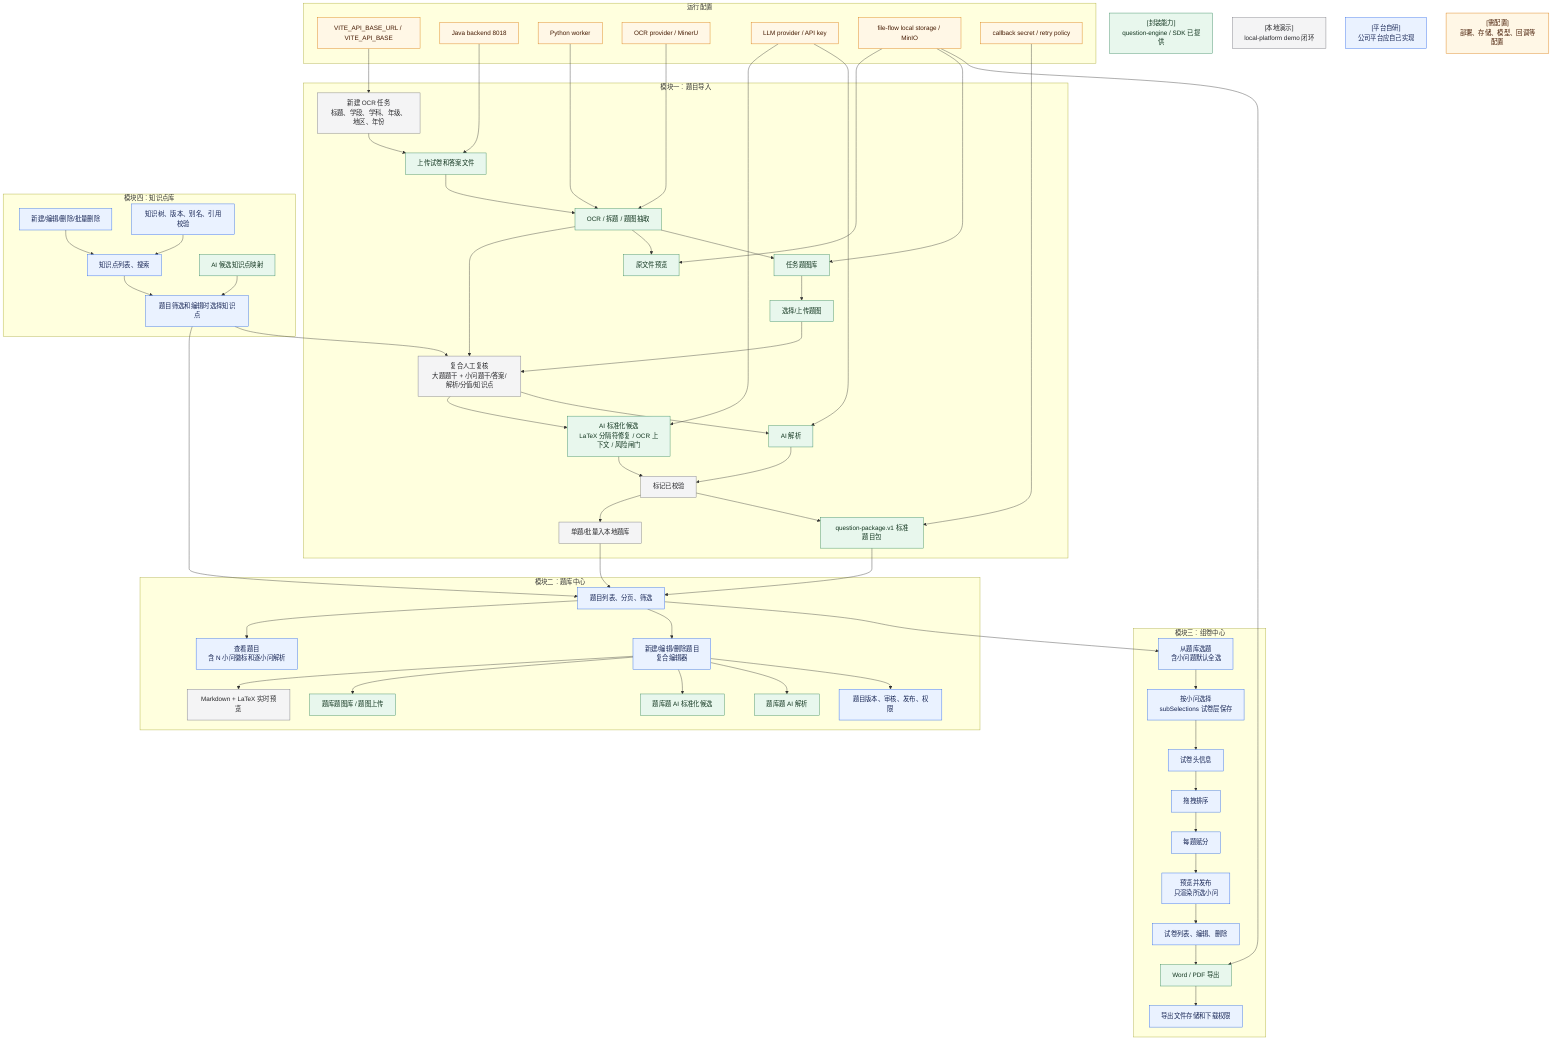
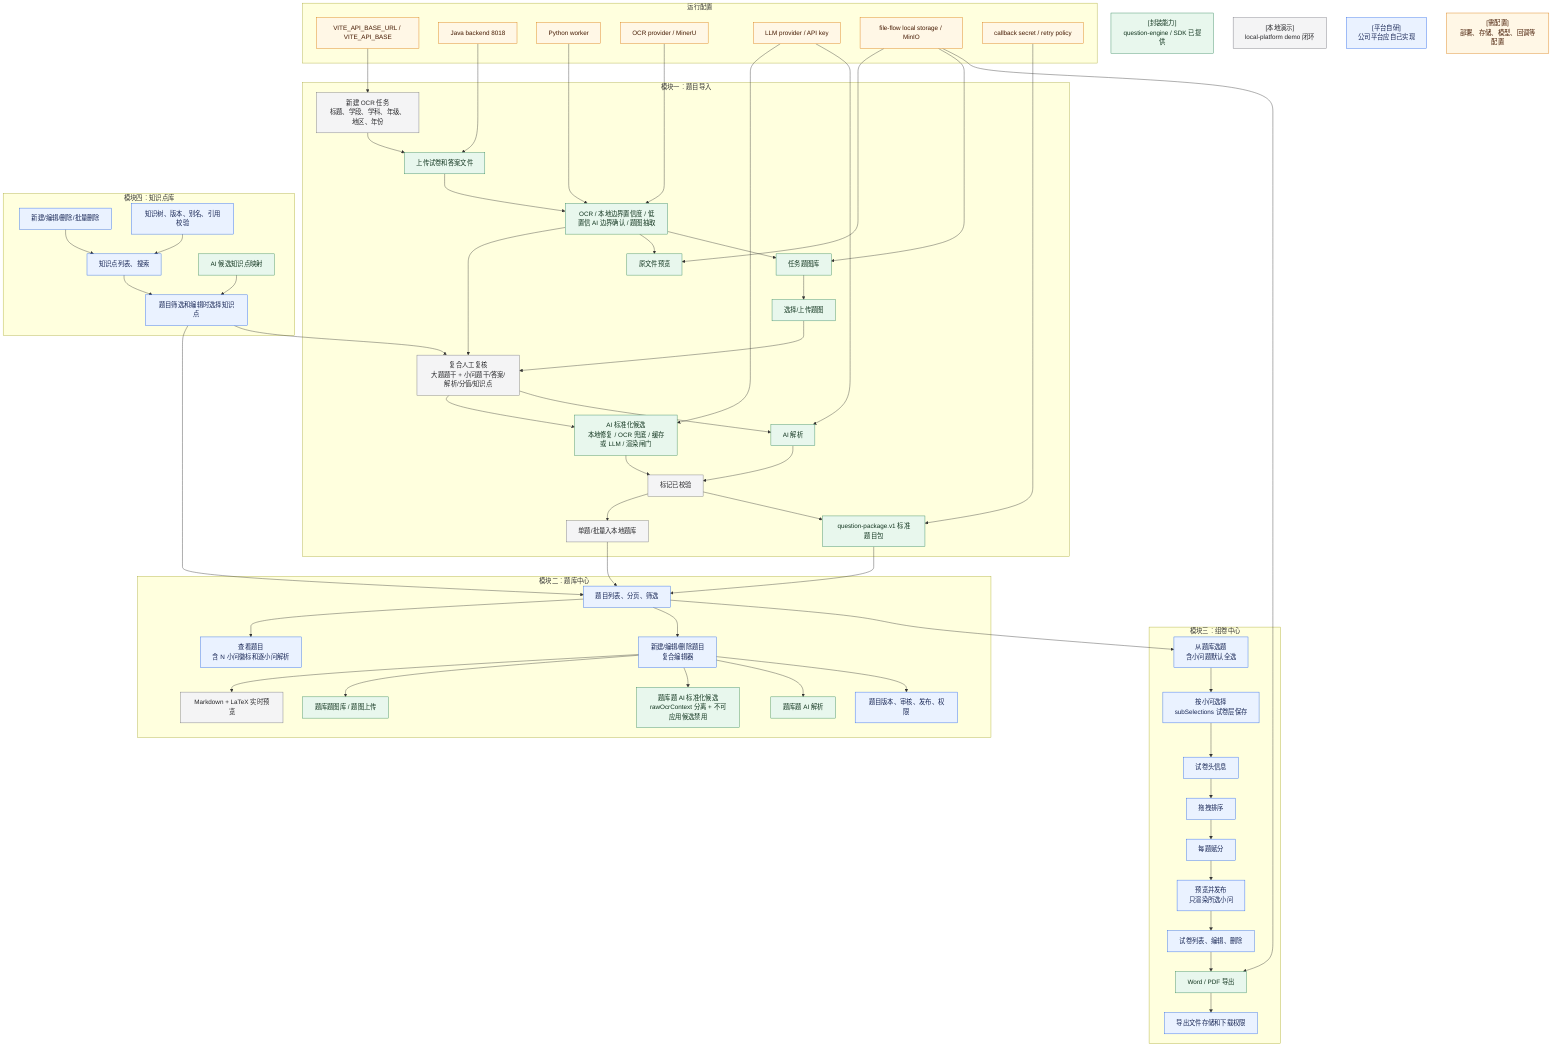
flowchart TD
  Legend1["[封装能力]<br/>question-engine / SDK 已提供"]:::packaged
  Legend2["[本地演示]<br/>local-platform demo 闭环"]:::demo
  Legend3["[平台自研]<br/>公司平台应自己实现"]:::platform
  Legend4["[需配置]<br/>部署、存储、模型、回调等配置"]:::config

  subgraph Config["运行配置"]
    C1["VITE_API_BASE_URL / VITE_API_BASE"]:::config
    C2["Java backend 8018"]:::config
    C3["Python worker"]:::config
    C4["OCR provider / MinerU"]:::config
    C5["LLM provider / API key"]:::config
    C6["file-flow local storage / MinIO"]:::config
    C7["callback secret / retry policy"]:::config
  end

  subgraph Import["模块一：题目导入"]
    I1["新建 OCR 任务<br/>标题、学段、学科、年级、地区、年份"]:::demo
    I2["上传试卷和答案文件"]:::packaged
-     I3["OCR / 拆题 / 题图抽取"]:::packaged
+     I3["OCR / 本地边界置信度 / 低置信 AI 边界确认 / 题图抽取"]:::packaged
    I4["原文件预览"]:::packaged
    I5["复合人工复核<br/>大题题干 + 小问题干/答案/解析/分值/知识点"]:::demo
    I6["任务题图库"]:::packaged
    I7["选择/上传题图"]:::packaged
-     I8["AI 标准化候选<br/>LaTeX 分隔符修复 / OCR 上下文 / 风险闸门"]:::packaged
+     I8["AI 标准化候选<br/>本地修复 / OCR 兜底 / 缓存或 LLM / 渲染闸门"]:::packaged
    I9["AI 解析"]:::packaged
    I10["标记已校验"]:::demo
    I11["单题/批量入本地题库"]:::demo
    I12["question-package.v1 标准题目包"]:::packaged
  end

  subgraph Bank["模块二：题库中心"]
    B1["题目列表、分页、筛选"]:::platform
    B2["查看题目<br/>含 N 小问徽标和逐小问解析"]:::platform
    B3["新建/编辑/删除题目<br/>复合编辑器"]:::platform
    B4["Markdown + LaTeX 实时预览"]:::demo
    B5["题库题图库 / 题图上传"]:::packaged
-     B6["题库题 AI 标准化候选"]:::packaged
+     B6["题库题 AI 标准化候选<br/>rawOcrContext 分离 + 不可应用候选禁用"]:::packaged
    B7["题库题 AI 解析"]:::packaged
    B8["题目版本、审核、发布、权限"]:::platform
  end

  subgraph Paper["模块三：组卷中心"]
    P1["从题库选题<br/>含小问题默认全选"]:::platform
    P9["按小问选择<br/>subSelections 试卷层保存"]:::platform
    P2["试卷头信息"]:::platform
    P3["拖拽排序"]:::platform
    P4["每题赋分"]:::platform
    P5["预览并发布<br/>只渲染所选小问"]:::platform
    P6["试卷列表、编辑、删除"]:::platform
    P7["Word / PDF 导出"]:::packaged
    P8["导出文件存储和下载权限"]:::platform
  end

  subgraph Knowledge["模块四：知识点库"]
    K1["知识点列表、搜索"]:::platform
    K2["新建/编辑/删除/批量删除"]:::platform
    K3["题目筛选和编辑时选择知识点"]:::platform
    K4["AI 候选知识点映射"]:::packaged
    K5["知识树、版本、别名、引用校验"]:::platform
  end

  C1 --> I1
  C2 --> I2
  C3 --> I3
  C4 --> I3
  C5 --> I8
  C5 --> I9
  C6 --> I4
  C6 --> I6
  C6 --> P7
  C7 --> I12

  I1 --> I2 --> I3 --> I5
  I3 --> I4
  I3 --> I6
  I6 --> I7 --> I5
  I5 --> I8 --> I10
  I5 --> I9 --> I10
  I10 --> I11
  I10 --> I12

  I12 --> B1
  I11 --> B1
  B1 --> B2
  B1 --> B3
  B3 --> B4
  B3 --> B5
  B3 --> B6
  B3 --> B7
  B3 --> B8

  K1 --> K3
  K2 --> K1
  K4 --> K3
  K5 --> K1
  K3 --> B1
  K3 --> I5

  B1 --> P1
  P1 --> P9
  P9 --> P2
  P2 --> P3
  P3 --> P4
  P4 --> P5
  P5 --> P6
  P6 --> P7
  P7 --> P8

  classDef packaged fill:#e8f7ed,stroke:#2f855a,color:#12351f;
  classDef demo fill:#f4f4f5,stroke:#71717a,color:#27272a;
  classDef platform fill:#eaf2ff,stroke:#2563eb,color:#172554;
  classDef config fill:#fff7e6,stroke:#d97706,color:#451a03;
